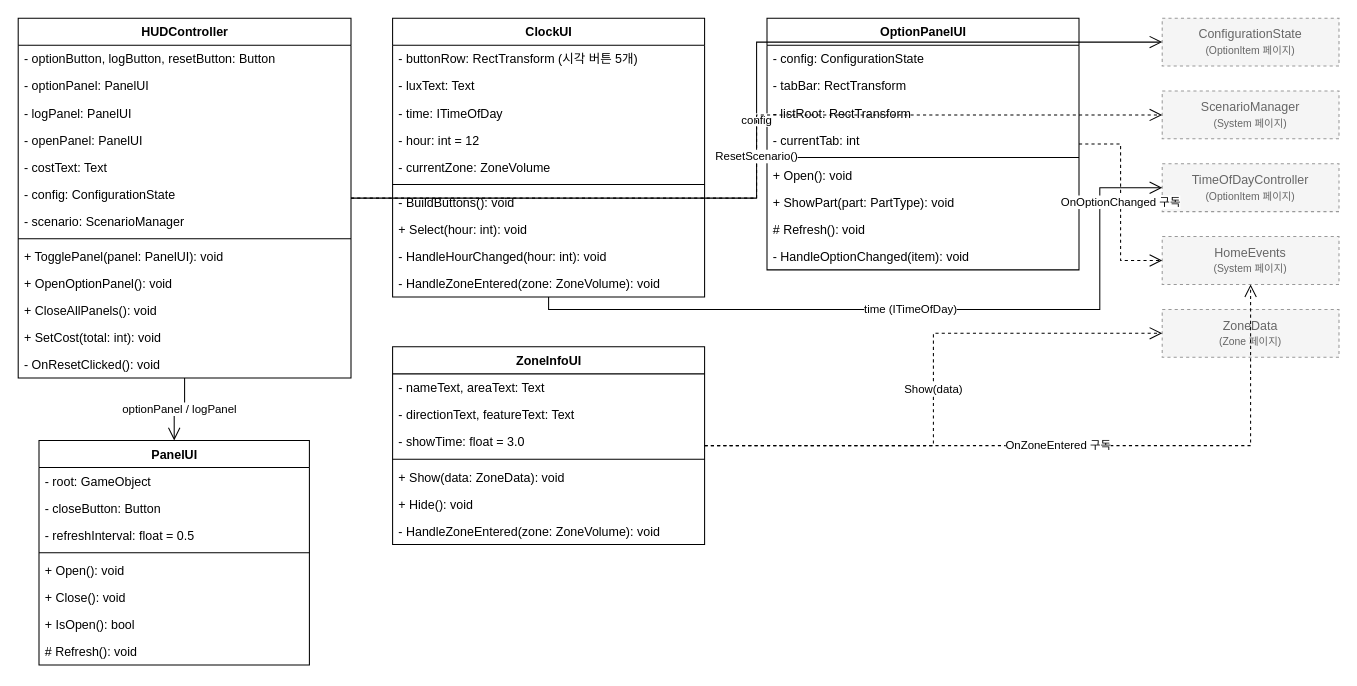
JJUNI-01-KOR/com-modelhouse keeps this draw.io diagram as page "UI" (5 of 7) of docs/COM_core_Devices.drawio. Above is the earlier version. Source tidied: cells renumbered, new cells numbered last; positions are measured from the earlier drawing's top-left corner, leaving out a move shared by most shapes. Both pictures are drawn from the tidied source at 104%, with x=0, y=0 at pixel (18, 18).
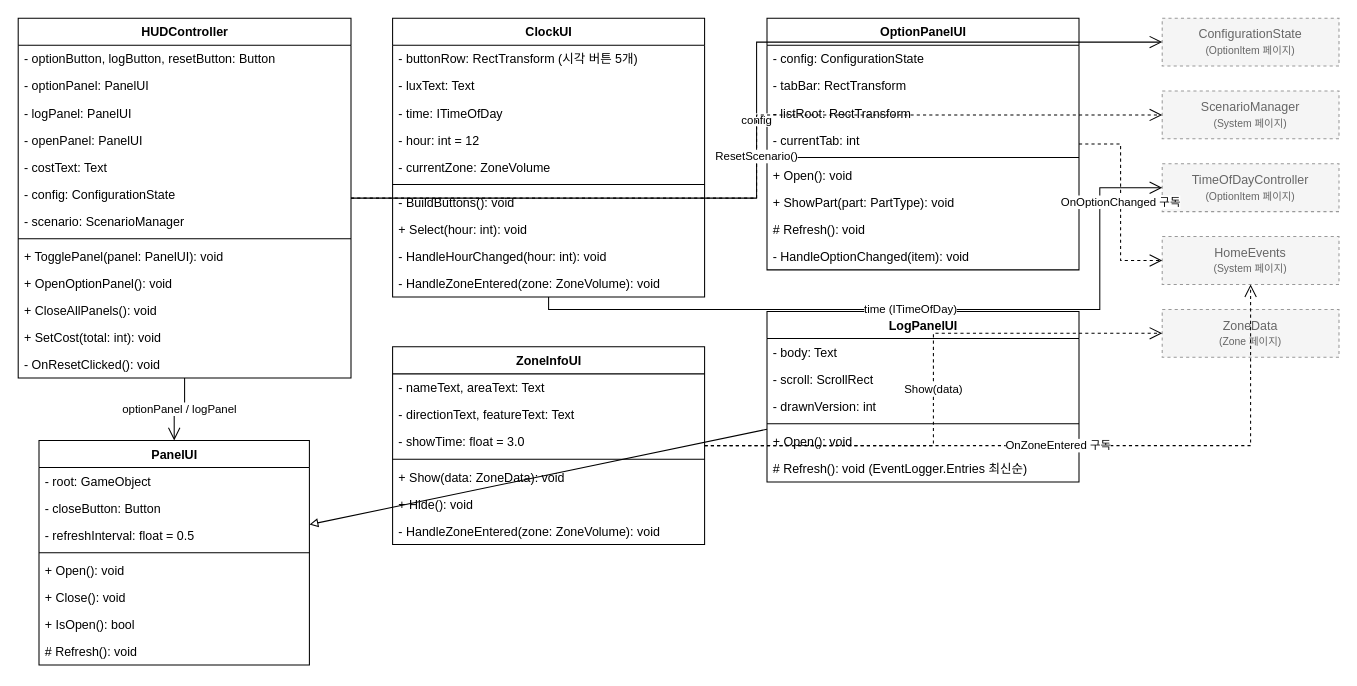
The same page after the edit.

Unchanged cells that the change refers to:
```xml
<mxCell id="2" value="PanelUI" style="swimlane;fontStyle=1;align=center;verticalAlign=top;horizontal=1;startSize=26;rounded=0;shadow=0;strokeWidth=1;html=1;" parent="1" vertex="1">
  <mxGeometry x="20" y="406" width="260" height="216" as="geometry" />
</mxCell>
```

The edit, as a diff of the source:
```diff
@@
+    <mxCell id="66" value="LogPanelUI" style="swimlane;fontStyle=1;align=center;verticalAlign=top;horizontal=1;startSize=26;rounded=0;shadow=0;strokeWidth=1;html=1;" parent="1" vertex="1">
+      <mxGeometry x="720" y="282" width="300" height="164" as="geometry" />
+    </mxCell>
+    <mxCell id="67" value="- body: Text" style="text;align=left;verticalAlign=top;spacingLeft=4;spacingRight=4;overflow=hidden;html=0;" parent="66" vertex="1">
+      <mxGeometry y="26" width="300" height="26" as="geometry" />
+    </mxCell>
+    <mxCell id="68" value="- scroll: ScrollRect" style="text;align=left;verticalAlign=top;spacingLeft=4;spacingRight=4;overflow=hidden;html=0;" parent="66" vertex="1">
+      <mxGeometry y="52" width="300" height="26" as="geometry" />
+    </mxCell>
+    <mxCell id="69" value="- drawnVersion: int" style="text;align=left;verticalAlign=top;spacingLeft=4;spacingRight=4;overflow=hidden;html=0;" parent="66" vertex="1">
+      <mxGeometry y="78" width="300" height="26" as="geometry" />
+    </mxCell>
+    <mxCell id="70" style="line;html=1;strokeWidth=1;align=left;verticalAlign=middle;spacingTop=-1;spacingLeft=3;spacingRight=3;labelPosition=right;" parent="66" vertex="1">
+      <mxGeometry y="104" width="300" height="8" as="geometry" />
+    </mxCell>
+    <mxCell id="71" value="+ Open(): void" style="text;align=left;verticalAlign=top;spacingLeft=4;spacingRight=4;overflow=hidden;html=0;" parent="66" vertex="1">
+      <mxGeometry y="112" width="300" height="26" as="geometry" />
+    </mxCell>
+    <mxCell id="72" value="# Refresh(): void  (EventLogger.Entries 최신순)" style="text;align=left;verticalAlign=top;spacingLeft=4;spacingRight=4;overflow=hidden;html=0;" parent="66" vertex="1">
+      <mxGeometry y="138" width="300" height="26" as="geometry" />
+    </mxCell>
@@
+    <mxCell id="73" style="endArrow=block;endFill=0;html=1;rounded=0;" parent="1" edge="1" source="66" target="2">
+      <mxGeometry relative="1" as="geometry" />
+    </mxCell>
```
